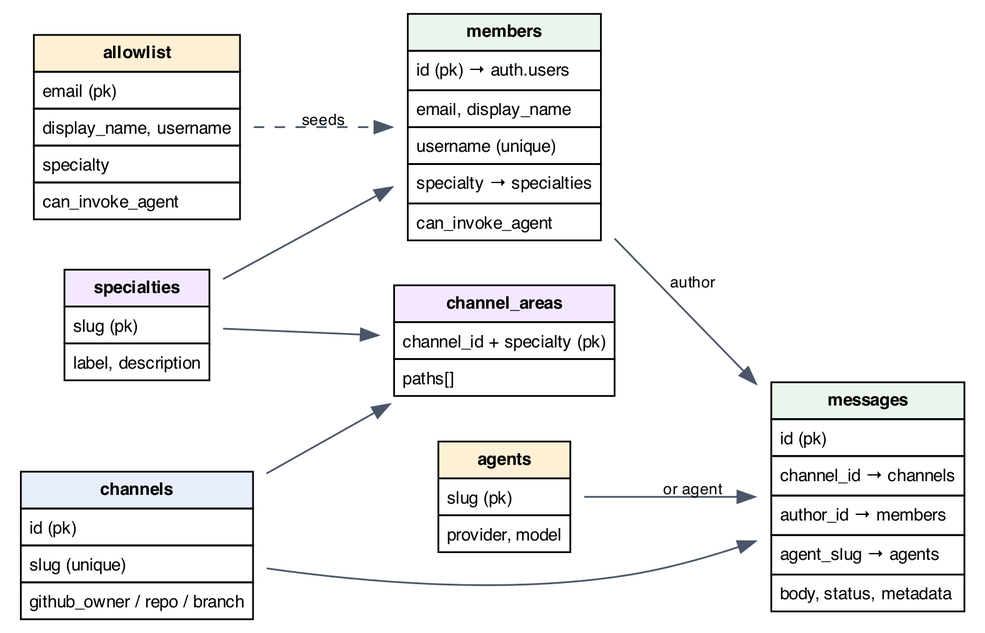
Above: docs/figures/schema.png in metaphorz/cat (Graphviz), before the change. Its source is kept beside it as docs/figures/schema.dot.
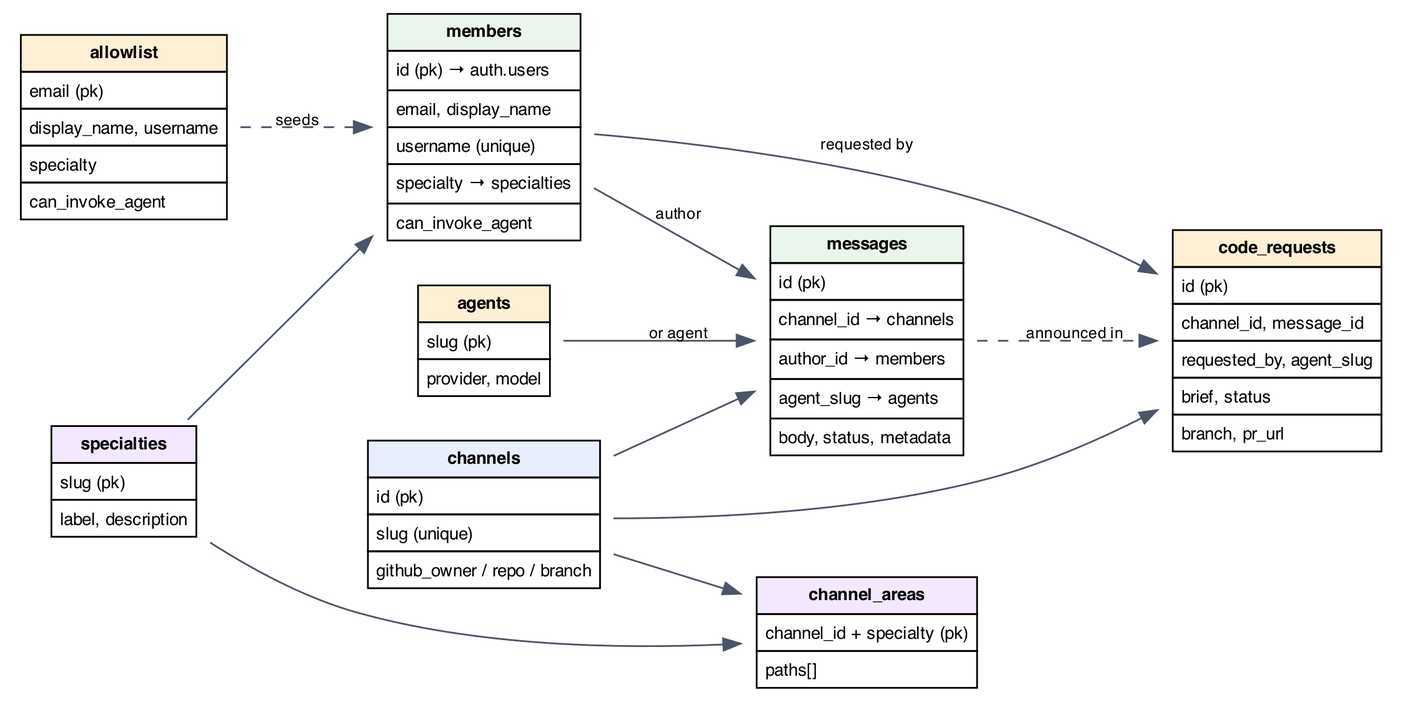
After the commit.

Commit message:
Bring the manual up to date with pull requests and Markdown

What changed in the source:
```diff
@@ -62,6 +62,20 @@
       <tr><td align="left">body, status, metadata</td></tr>
     </table>>];
 
+  code_requests [label=<
+    <table border="0" cellborder="1" cellspacing="0" cellpadding="4">
+      <tr><td bgcolor="#fdf0d5"><b>code_requests</b></td></tr>
+      <tr><td align="left">id (pk)</td></tr>
+      <tr><td align="left">channel_id, message_id</td></tr>
+      <tr><td align="left">requested_by, agent_slug</td></tr>
+      <tr><td align="left">brief, status</td></tr>
+      <tr><td align="left">branch, pr_url</td></tr>
+    </table>>];
+
+  channels -> code_requests;
+  members  -> code_requests [label=" requested by "];
+  messages -> code_requests [style=dashed, label=" announced in "];
+
   allowlist -> members [label=" seeds ", style=dashed];
   specialties -> members;
   specialties -> channel_areas;
```
